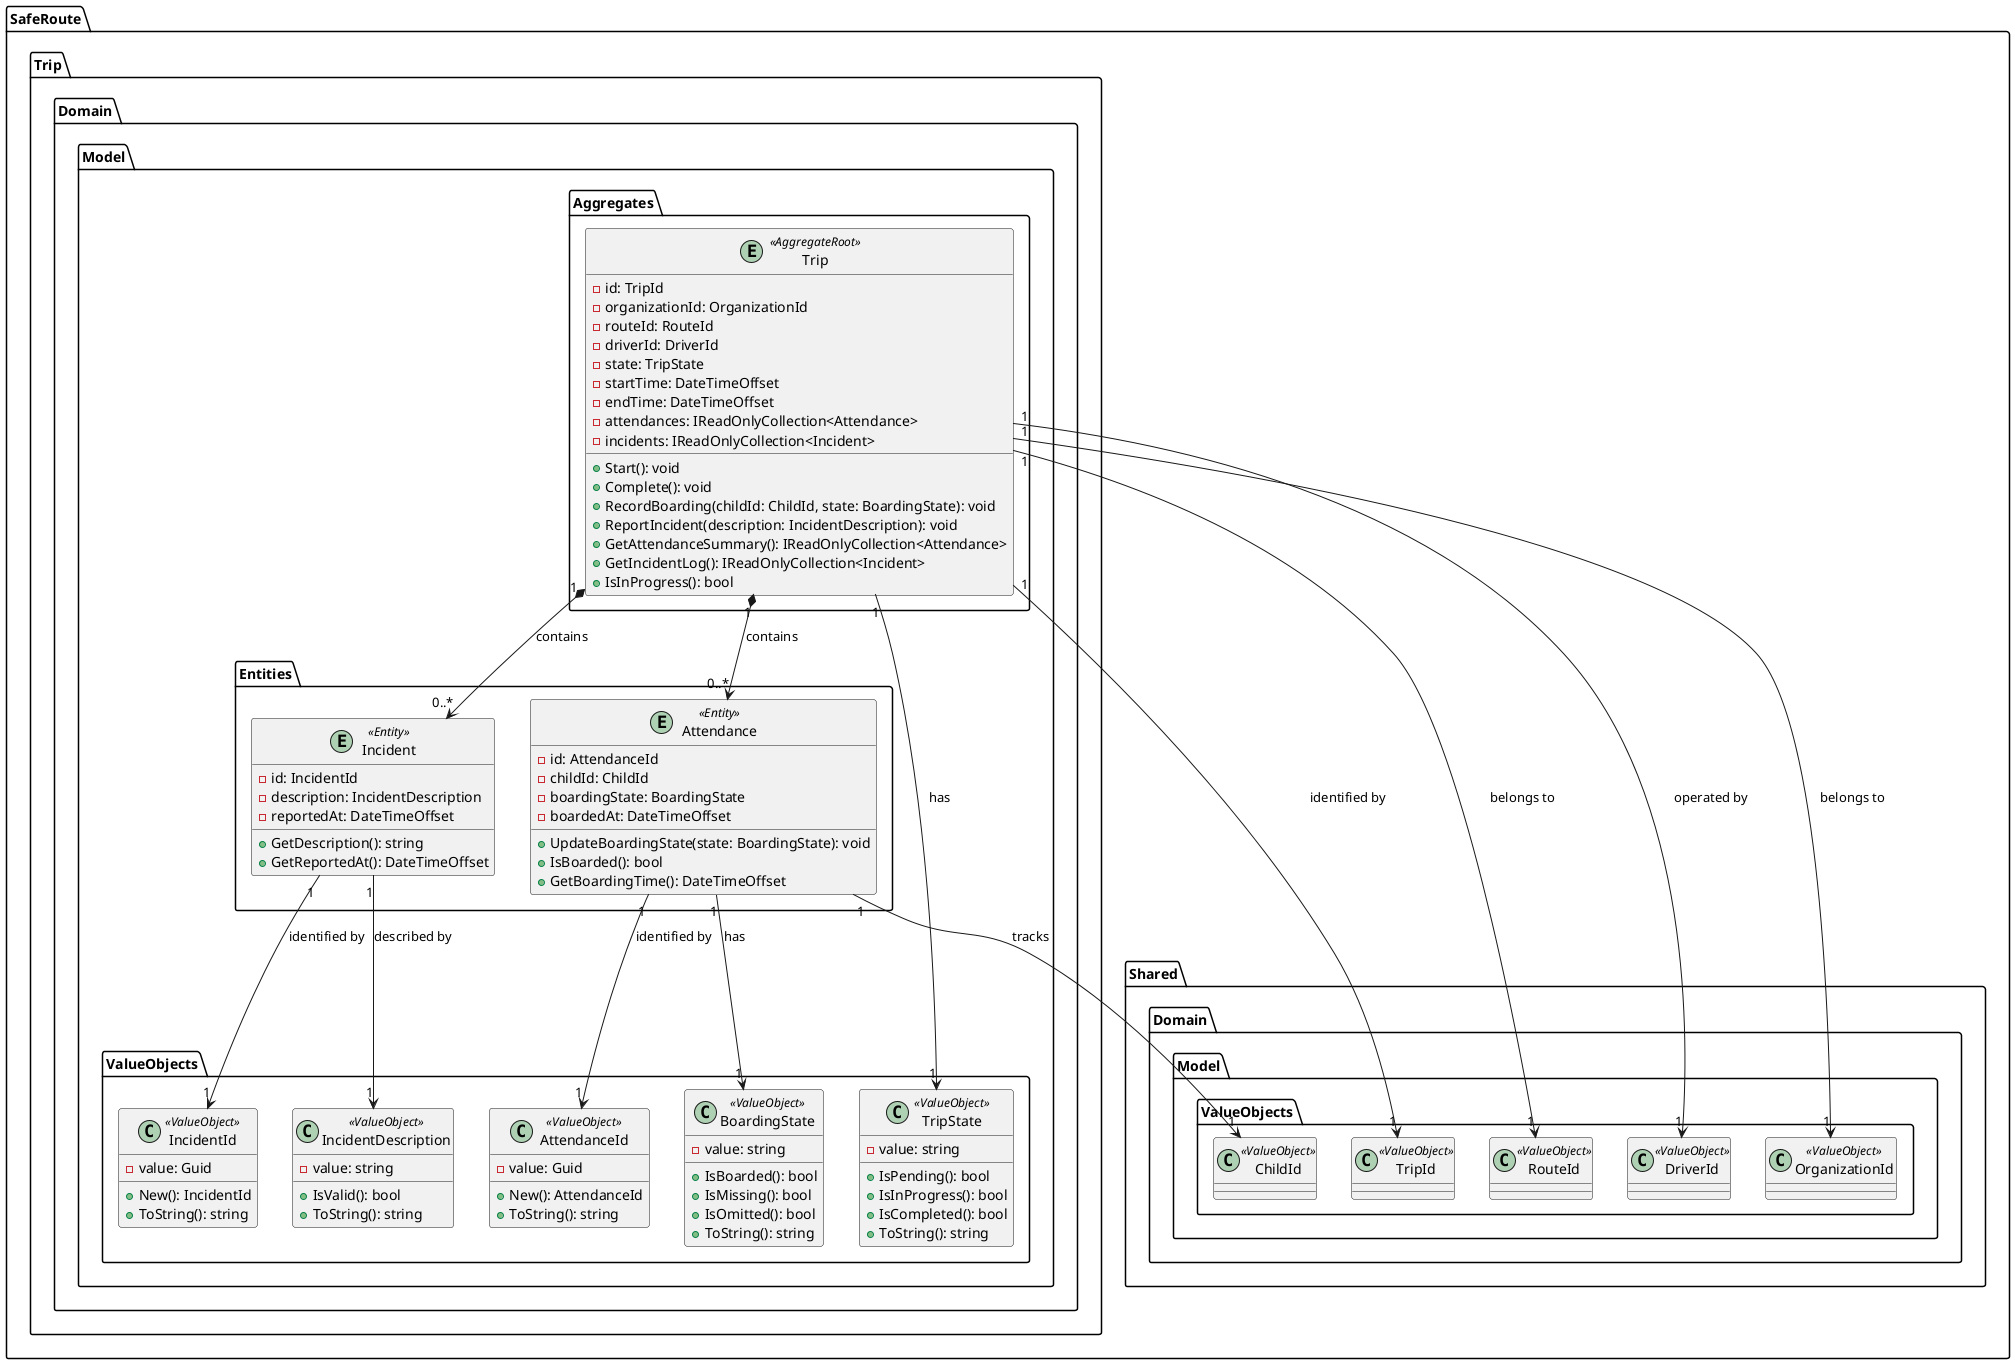
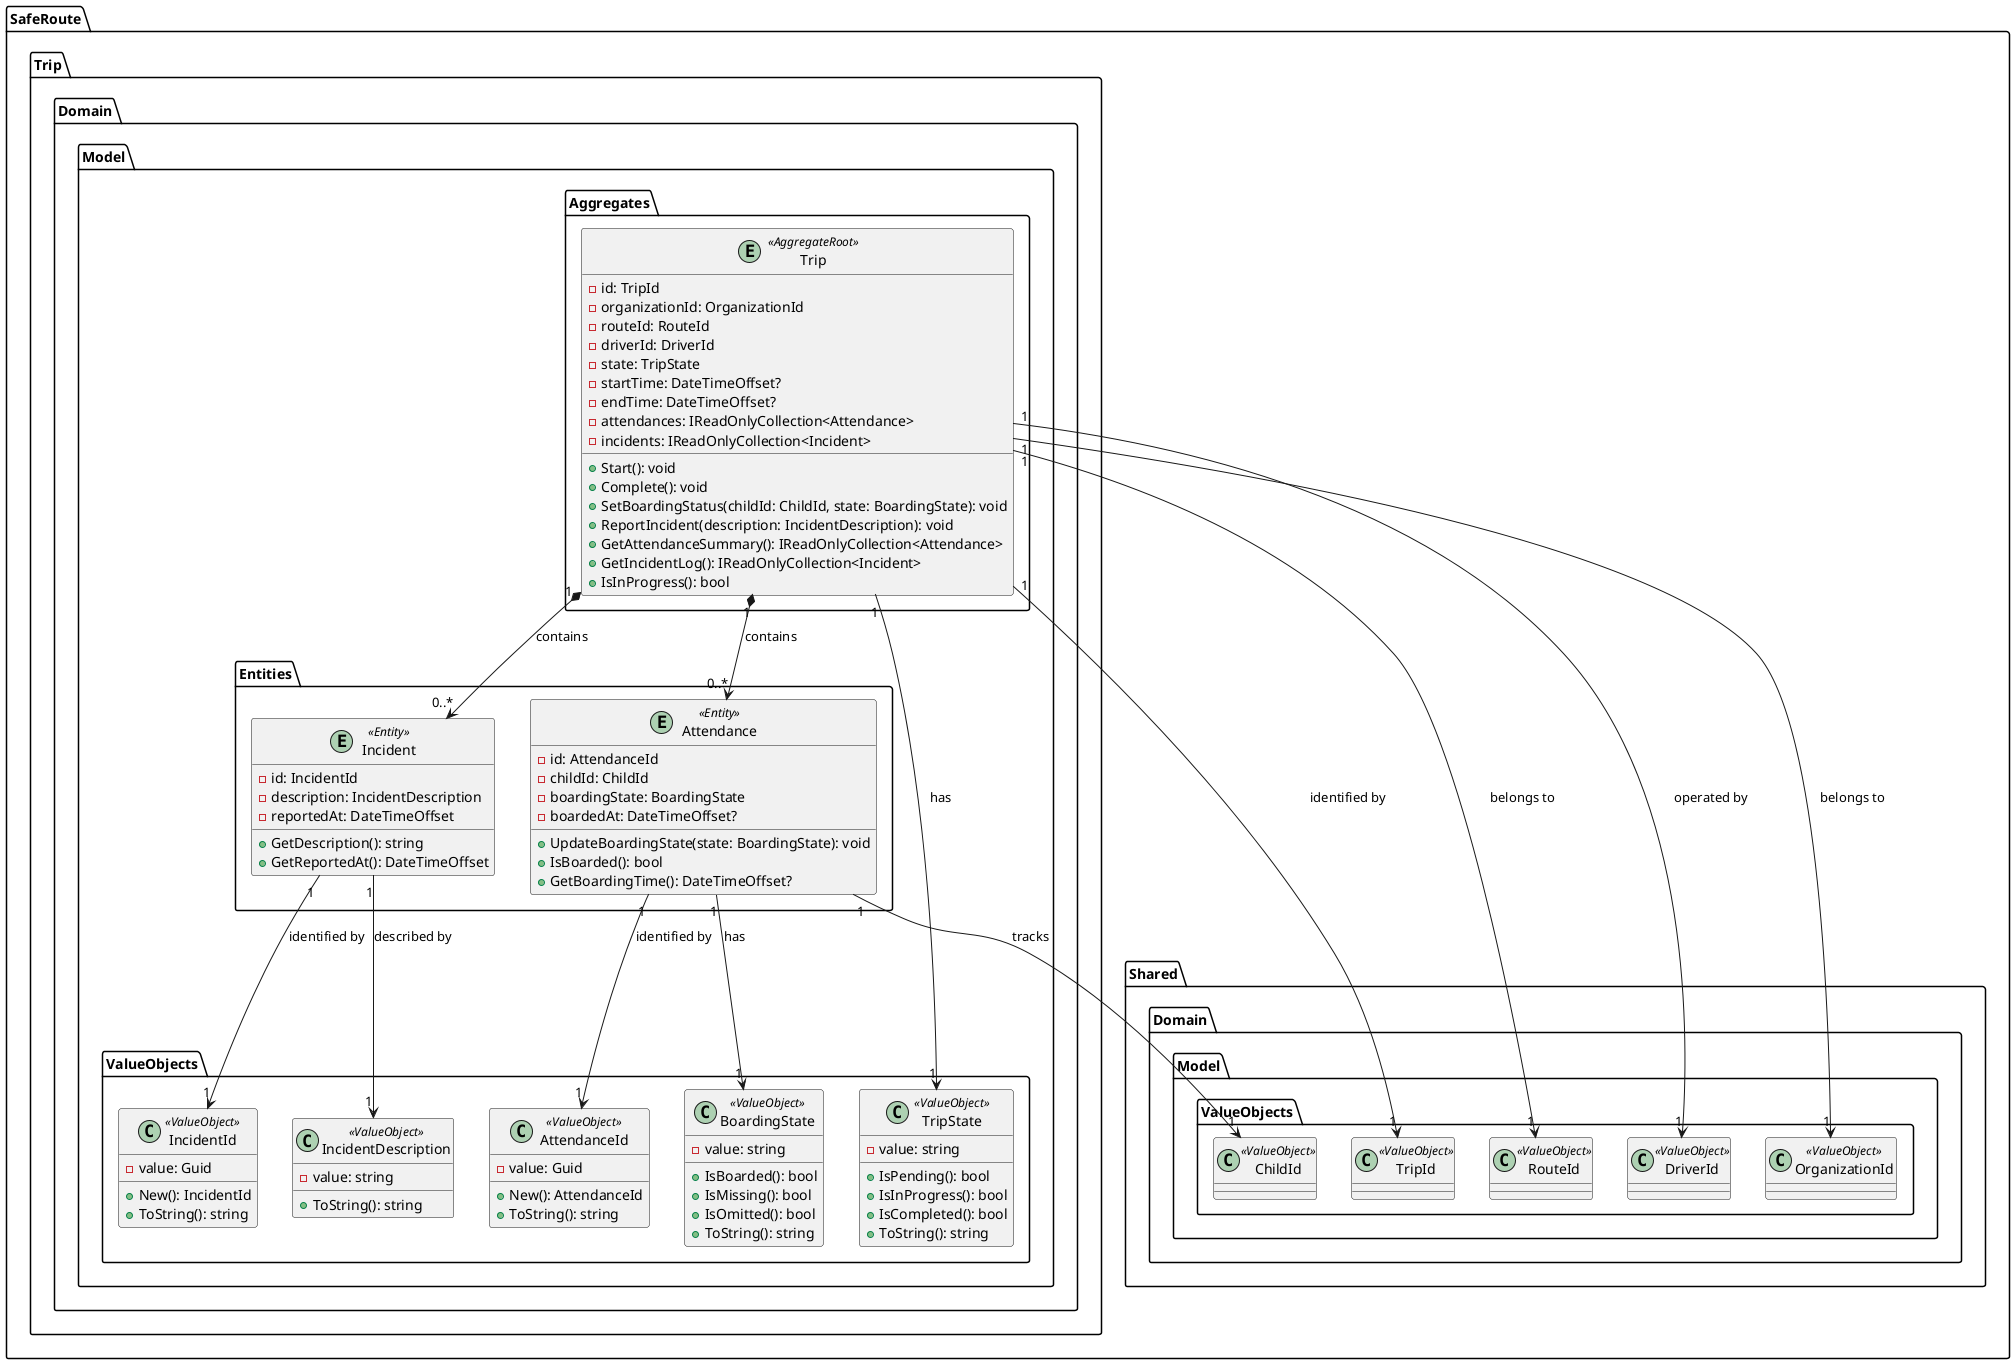
@startuml
skinparam monochrome false

package "SafeRoute.Trip.Domain.Model.Aggregates" {
  entity "Trip" as TripPrincipal <<AggregateRoot>> {
    -id: TripId
    -organizationId: OrganizationId
    -routeId: RouteId
    -driverId: DriverId
    -state: TripState
-     -startTime: DateTimeOffset
-     -endTime: DateTimeOffset
+     -startTime: DateTimeOffset?
+     -endTime: DateTimeOffset?
    -attendances: IReadOnlyCollection<Attendance>
    -incidents: IReadOnlyCollection<Incident>
    +Start(): void
    +Complete(): void
-     +RecordBoarding(childId: ChildId, state: BoardingState): void
+     +SetBoardingStatus(childId: ChildId, state: BoardingState): void
    +ReportIncident(description: IncidentDescription): void
    +GetAttendanceSummary(): IReadOnlyCollection<Attendance>
    +GetIncidentLog(): IReadOnlyCollection<Incident>
    +IsInProgress(): bool
  }
}

package "SafeRoute.Trip.Domain.Model.Entities" {
  entity "Attendance" as Attendance <<Entity>> {
    -id: AttendanceId
    -childId: ChildId
    -boardingState: BoardingState
-     -boardedAt: DateTimeOffset
+     -boardedAt: DateTimeOffset?
    +UpdateBoardingState(state: BoardingState): void
    +IsBoarded(): bool
-     +GetBoardingTime(): DateTimeOffset
+     +GetBoardingTime(): DateTimeOffset?
  }

  entity "Incident" as Incident <<Entity>> {
    -id: IncidentId
    -description: IncidentDescription
    -reportedAt: DateTimeOffset
    +GetDescription(): string
    +GetReportedAt(): DateTimeOffset
  }
}

package "SafeRoute.Trip.Domain.Model.ValueObjects" {
  class "AttendanceId" as AttendanceId <<ValueObject>> {
    -value: Guid
    +New(): AttendanceId
    +ToString(): string
  }

  class "IncidentId" as IncidentId <<ValueObject>> {
    -value: Guid
    +New(): IncidentId
    +ToString(): string
  }

  class "TripState" as TripState <<ValueObject>> {
    -value: string
    +IsPending(): bool
    +IsInProgress(): bool
    +IsCompleted(): bool
    +ToString(): string
  }

  class "BoardingState" as BoardingState <<ValueObject>> {
    -value: string
    +IsBoarded(): bool
    +IsMissing(): bool
    +IsOmitted(): bool
    +ToString(): string
  }

  class "IncidentDescription" as IncidentDescription <<ValueObject>> {
    -value: string
-     +IsValid(): bool
    +ToString(): string
  }
}

' ─── Shared ──────────────────────────────────────────────────────────────────
package "SafeRoute.Shared.Domain.Model.ValueObjects" {
  class "OrganizationId" as SharedOrganizationId <<ValueObject>> {
  }
  class "TripId" as SharedTripId <<ValueObject>> {
  }
  class "RouteId" as SharedRouteId <<ValueObject>> {
  }
  class "DriverId" as SharedDriverId <<ValueObject>> {
  }
  class "ChildId" as SharedChildId <<ValueObject>> {
  }
}

TripPrincipal "1" --> "1" SharedTripId : identified by
TripPrincipal "1" --> "1" SharedOrganizationId : belongs to
TripPrincipal "1" --> "1" SharedRouteId : belongs to
TripPrincipal "1" --> "1" SharedDriverId : operated by
TripPrincipal "1" --> "1" TripState : has
TripPrincipal "1" *--> "0..*" Attendance : contains
TripPrincipal "1" *--> "0..*" Incident : contains
Attendance "1" --> "1" AttendanceId : identified by
Attendance "1" --> "1" SharedChildId : tracks
Attendance "1" --> "1" BoardingState : has
Incident "1" --> "1" IncidentId : identified by
Incident "1" --> "1" IncidentDescription : described by

@enduml
